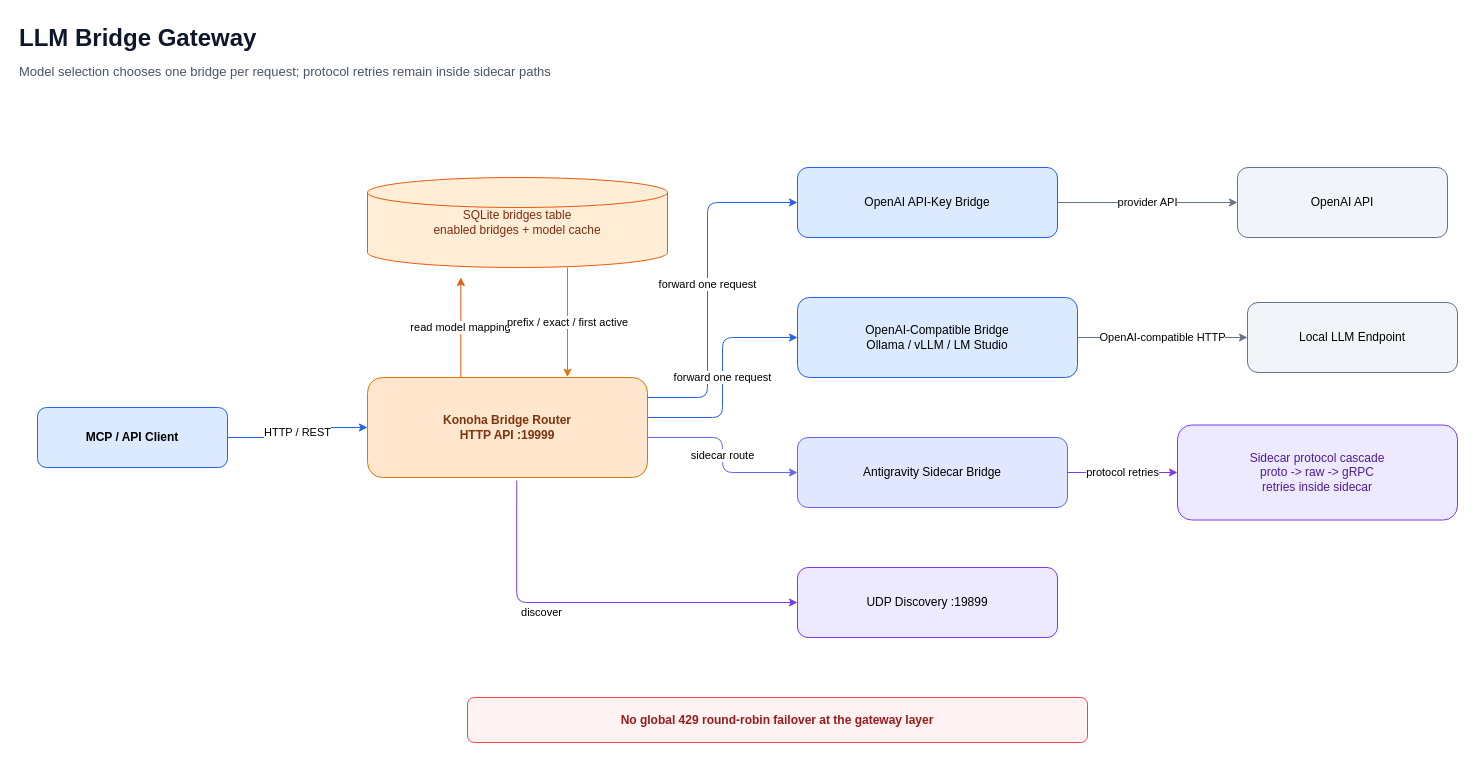
This is page "04 LLM Bridge Gateway" (4 of 16) of docs/diagrams/konoha-architecture.drawio from andycungkrinx91/konoha, a draw.io file, before an edit. Source tidied: cells renumbered, new cells numbered last; positions are measured from the earlier drawing's top-left corner, leaving out a move shared by most shapes. Both pictures are drawn from the tidied source at 100%, with x=0, y=0 at pixel (17, 17).
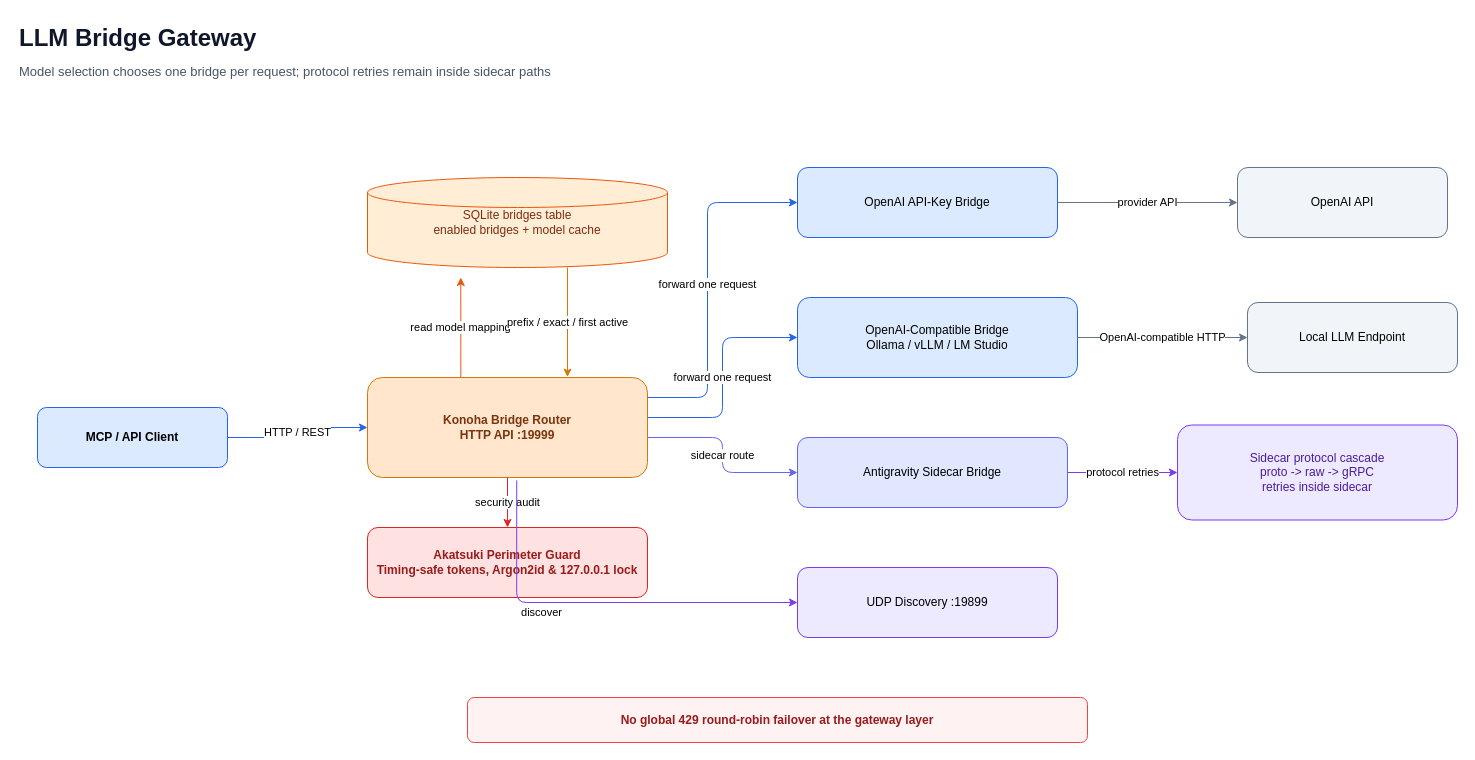
Above is the later version.

Commit message (it also covers changes not shown here):
docs(diagrams): integrate akatsuki into all 16 drawio tabs and refine webp arrowheads

Unchanged cells that the change refers to:
```xml
<mxCell id="5" value="Konoha Bridge Router&#10;HTTP API :19999" style="rounded=1;html=1;whiteSpace=wrap;fillColor=#ffe6cc;strokeColor=#d97706;fontColor=#78350f;fontStyle=1;overflow=visible;" parent="1" vertex="1">
  <mxGeometry x="350" y="360" width="280" height="100" as="geometry" />
</mxCell>
```

What changed in the source:
```diff
@@
+    <mxCell id="25" value="Akatsuki Perimeter Guard&#10;Timing-safe tokens, Argon2id &amp; 127.0.0.1 lock" style="rounded=1;html=1;whiteSpace=wrap;fillColor=#fee2e2;strokeColor=#dc2626;fontColor=#991b1b;fontStyle=1;" parent="1" vertex="1">
+      <mxGeometry x="350" y="510" width="280" height="70" as="geometry" />
+    </mxCell>
+    <mxCell id="26" value="security audit" style="edgeStyle=orthogonalEdgeStyle;rounded=1;jettySize=auto;html=1;strokeColor=#dc2626;" parent="1" edge="1" source="5" target="25">
+      <mxGeometry relative="1" as="geometry" />
+    </mxCell>
```
